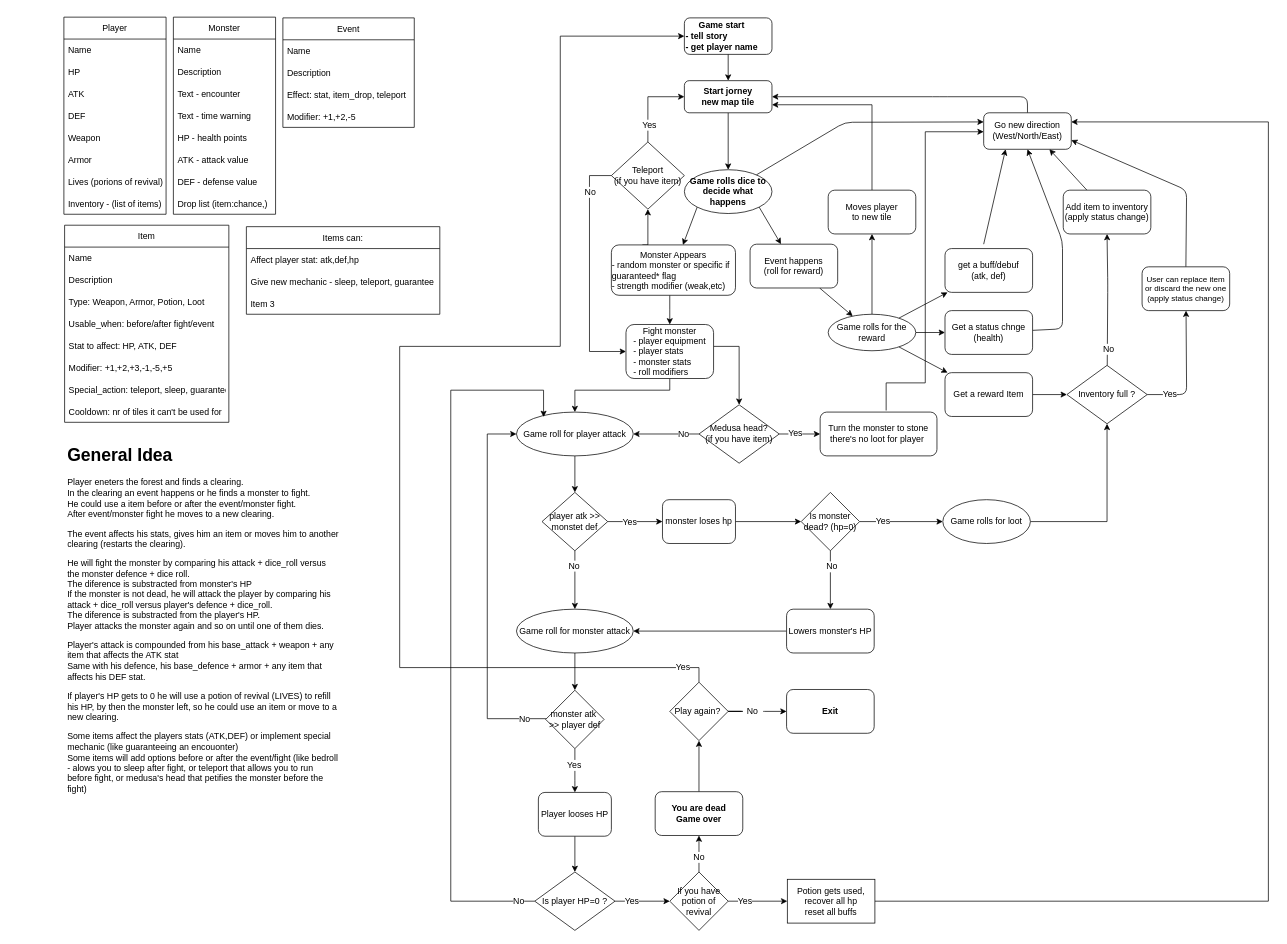
bar-alex/CodeNation-Game keeps this draw.io diagram as Game-FlowChart.drawio. Above is the earlier version. Source tidied: cells renumbered, new cells numbered last; positions are measured from the earlier drawing's top-left corner, leaving out a move shared by most shapes. Both pictures are drawn from the tidied source at 73%, with x=0, y=0 at pixel (64, 17).
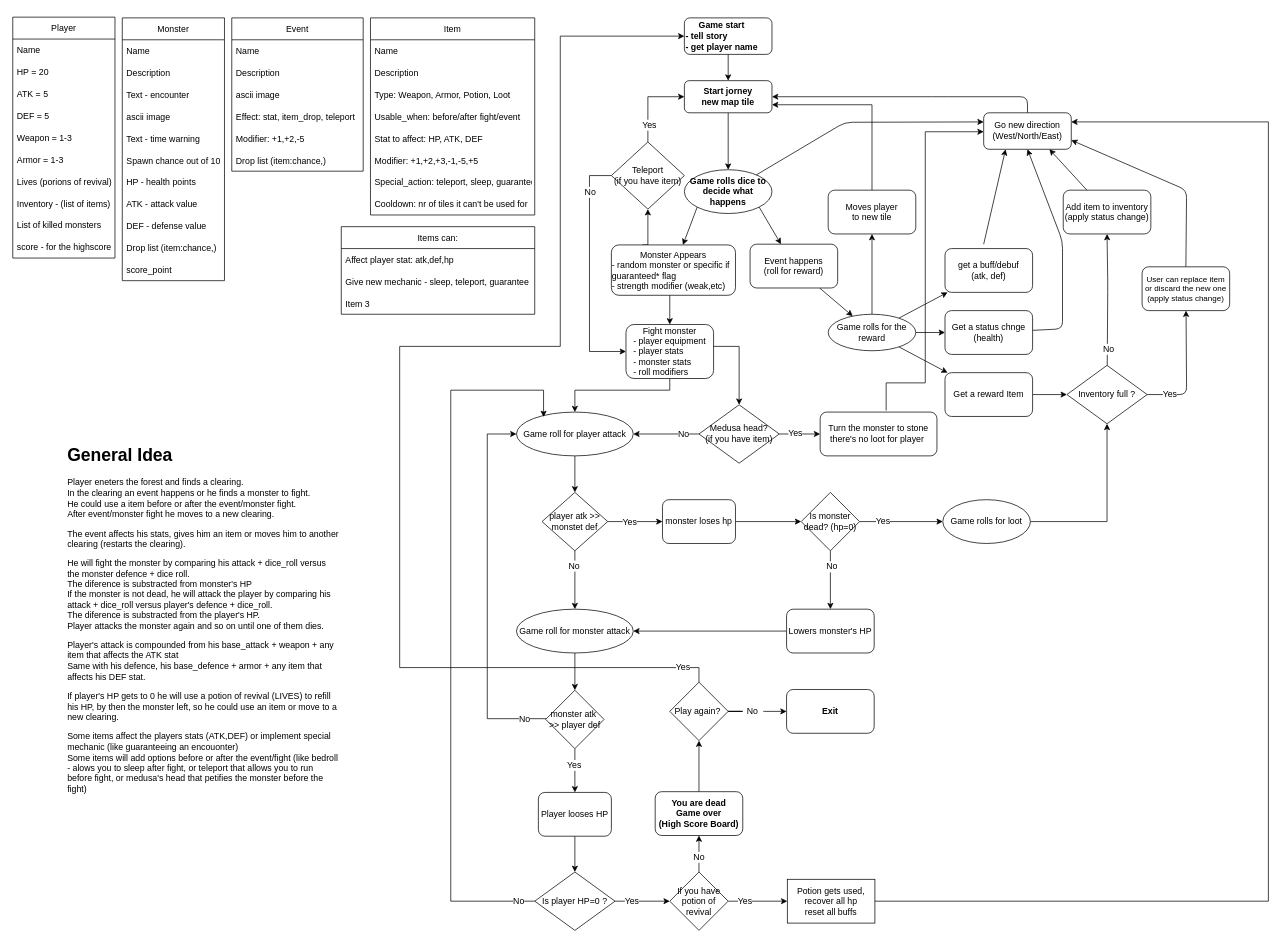
Above is the later version.

The edit, as a diff of the source:
```diff
@@
-    <mxCell id="95" value="You are dead&lt;br&gt;Game over" style="rounded=1;whiteSpace=wrap;html=1;fontSize=12;fontStyle=1;" parent="1" vertex="1">
+    <mxCell id="95" value="You are dead&lt;br&gt;Game over&lt;br&gt;(High Score Board)" style="rounded=1;whiteSpace=wrap;html=1;fontSize=12;fontStyle=1;" parent="1" vertex="1">
       <mxGeometry x="810" y="1061" width="120" height="60" as="geometry" />
     </mxCell>
@@
     <mxCell id="103" value="Monster" style="swimlane;fontStyle=0;horizontal=1;startSize=30;labelBackgroundColor=none;fontSize=12;" parent="1" vertex="1">
-      <mxGeometry x="150" width="140" height="270" as="geometry" />
+      <mxGeometry x="80" y="1" width="140" height="360" as="geometry" />
     </mxCell>
@@
+    <mxCell id="140" value="ascii image" style="text;strokeColor=none;fillColor=none;align=left;verticalAlign=middle;spacingLeft=4;spacingRight=4;overflow=hidden;" parent="103" vertex="1">
+      <mxGeometry y="120" width="140" height="30" as="geometry" />
+    </mxCell>
     <mxCell id="107" value="Text - time warning" style="text;strokeColor=none;fillColor=none;align=left;verticalAlign=middle;spacingLeft=4;spacingRight=4;overflow=hidden;labelBackgroundColor=none;fontSize=12;" parent="103" vertex="1">
-      <mxGeometry y="120" width="140" height="30" as="geometry" />
+      <mxGeometry y="150" width="140" height="30" as="geometry" />
     </mxCell>
+    <mxCell id="141" value="Spawn chance out of 10" style="text;strokeColor=none;fillColor=none;align=left;verticalAlign=middle;spacingLeft=4;spacingRight=4;overflow=hidden;" parent="103" vertex="1">
+      <mxGeometry y="180" width="140" height="30" as="geometry" />
+    </mxCell>
     <mxCell id="108" value="HP - health points" style="text;strokeColor=none;fillColor=none;align=left;verticalAlign=middle;spacingLeft=4;spacingRight=4;overflow=hidden;labelBackgroundColor=none;fontSize=12;" parent="103" vertex="1">
-      <mxGeometry y="150" width="140" height="30" as="geometry" />
+      <mxGeometry y="210" width="140" height="30" as="geometry" />
     </mxCell>
     <mxCell id="109" value="ATK - attack value" style="text;strokeColor=none;fillColor=none;align=left;verticalAlign=middle;spacingLeft=4;spacingRight=4;overflow=hidden;labelBackgroundColor=none;fontSize=12;" parent="103" vertex="1">
-      <mxGeometry y="180" width="140" height="30" as="geometry" />
+      <mxGeometry y="240" width="140" height="30" as="geometry" />
     </mxCell>
     <mxCell id="110" value="DEF - defense value" style="text;strokeColor=none;fillColor=none;align=left;verticalAlign=middle;spacingLeft=4;spacingRight=4;overflow=hidden;labelBackgroundColor=none;fontSize=12;" parent="103" vertex="1">
-      <mxGeometry y="210" width="140" height="30" as="geometry" />
+      <mxGeometry y="270" width="140" height="30" as="geometry" />
     </mxCell>
     <mxCell id="111" value="Drop list (item:chance,)" style="text;strokeColor=none;fillColor=none;align=left;verticalAlign=middle;spacingLeft=4;spacingRight=4;overflow=hidden;labelBackgroundColor=none;fontSize=12;" parent="103" vertex="1">
-      <mxGeometry y="240" width="140" height="30" as="geometry" />
+      <mxGeometry y="300" width="140" height="30" as="geometry" />
     </mxCell>
+    <mxCell id="142" value="score_point" style="text;strokeColor=none;fillColor=none;align=left;verticalAlign=middle;spacingLeft=4;spacingRight=4;overflow=hidden;" parent="103" vertex="1">
+      <mxGeometry y="330" width="140" height="30" as="geometry" />
+    </mxCell>
     <mxCell id="112" value="Player" style="swimlane;fontStyle=0;horizontal=1;startSize=30;labelBackgroundColor=none;fontSize=12;" parent="1" vertex="1">
-      <mxGeometry width="140" height="270" as="geometry" />
+      <mxGeometry x="-70" width="140" height="330" as="geometry" />
     </mxCell>
@@
-    <mxCell id="114" value="HP" style="text;strokeColor=none;fillColor=none;align=left;verticalAlign=middle;spacingLeft=4;spacingRight=4;overflow=hidden;labelBackgroundColor=none;fontSize=12;" parent="112" vertex="1">
+    <mxCell id="114" value="HP = 20" style="text;strokeColor=none;fillColor=none;align=left;verticalAlign=middle;spacingLeft=4;spacingRight=4;overflow=hidden;labelBackgroundColor=none;fontSize=12;" parent="112" vertex="1">
       <mxGeometry y="60" width="140" height="30" as="geometry" />
     </mxCell>
-    <mxCell id="115" value="ATK" style="text;strokeColor=none;fillColor=none;align=left;verticalAlign=middle;spacingLeft=4;spacingRight=4;overflow=hidden;labelBackgroundColor=none;fontSize=12;" parent="112" vertex="1">
+    <mxCell id="115" value="ATK = 5" style="text;strokeColor=none;fillColor=none;align=left;verticalAlign=middle;spacingLeft=4;spacingRight=4;overflow=hidden;labelBackgroundColor=none;fontSize=12;" parent="112" vertex="1">
       <mxGeometry y="90" width="140" height="30" as="geometry" />
     </mxCell>
-    <mxCell id="116" value="DEF" style="text;strokeColor=none;fillColor=none;align=left;verticalAlign=middle;spacingLeft=4;spacingRight=4;overflow=hidden;labelBackgroundColor=none;fontSize=12;" parent="112" vertex="1">
+    <mxCell id="116" value="DEF = 5" style="text;strokeColor=none;fillColor=none;align=left;verticalAlign=middle;spacingLeft=4;spacingRight=4;overflow=hidden;labelBackgroundColor=none;fontSize=12;" parent="112" vertex="1">
       <mxGeometry y="120" width="140" height="30" as="geometry" />
     </mxCell>
-    <mxCell id="117" value="Weapon" style="text;strokeColor=none;fillColor=none;align=left;verticalAlign=middle;spacingLeft=4;spacingRight=4;overflow=hidden;labelBackgroundColor=none;fontSize=12;" parent="112" vertex="1">
+    <mxCell id="117" value="Weapon = 1-3" style="text;strokeColor=none;fillColor=none;align=left;verticalAlign=middle;spacingLeft=4;spacingRight=4;overflow=hidden;labelBackgroundColor=none;fontSize=12;" parent="112" vertex="1">
       <mxGeometry y="150" width="140" height="30" as="geometry" />
     </mxCell>
-    <mxCell id="118" value="Armor" style="text;strokeColor=none;fillColor=none;align=left;verticalAlign=middle;spacingLeft=4;spacingRight=4;overflow=hidden;labelBackgroundColor=none;fontSize=12;" parent="112" vertex="1">
+    <mxCell id="118" value="Armor = 1-3" style="text;strokeColor=none;fillColor=none;align=left;verticalAlign=middle;spacingLeft=4;spacingRight=4;overflow=hidden;labelBackgroundColor=none;fontSize=12;" parent="112" vertex="1">
       <mxGeometry y="180" width="140" height="30" as="geometry" />
     </mxCell>
@@
+    <mxCell id="143" value="List of killed monsters" style="text;strokeColor=none;fillColor=none;align=left;verticalAlign=middle;spacingLeft=4;spacingRight=4;overflow=hidden;" parent="112" vertex="1">
+      <mxGeometry y="270" width="140" height="30" as="geometry" />
+    </mxCell>
+    <mxCell id="144" value="score - for the highscore" style="text;strokeColor=none;fillColor=none;align=left;verticalAlign=middle;spacingLeft=4;spacingRight=4;overflow=hidden;" parent="112" vertex="1">
+      <mxGeometry y="300" width="140" height="30" as="geometry" />
+    </mxCell>
     <mxCell id="121" value="Item" style="swimlane;fontStyle=0;horizontal=1;startSize=30;labelBackgroundColor=none;fontSize=12;" parent="1" vertex="1">
-      <mxGeometry x="1" y="285" width="225" height="270" as="geometry" />
+      <mxGeometry x="420" y="1" width="225" height="270" as="geometry" />
     </mxCell>
@@
     <mxCell id="130" value="Items can:" style="swimlane;fontStyle=0;horizontal=1;startSize=30;labelBackgroundColor=none;fontSize=12;" parent="1" vertex="1">
-      <mxGeometry x="250" y="287" width="265" height="120" as="geometry" />
+      <mxGeometry x="380" y="287" width="265" height="120" as="geometry" />
     </mxCell>
@@
     <mxCell id="134" value="Event" style="swimlane;fontStyle=0;horizontal=1;startSize=30;labelBackgroundColor=none;fontSize=12;" parent="1" vertex="1">
-      <mxGeometry x="300" y="1" width="180" height="150" as="geometry" />
+      <mxGeometry x="230" y="1" width="180" height="210" as="geometry" />
     </mxCell>
@@
+    <mxCell id="145" value="ascii image" style="text;strokeColor=none;fillColor=none;align=left;verticalAlign=middle;spacingLeft=4;spacingRight=4;overflow=hidden;" parent="134" vertex="1">
+      <mxGeometry y="90" width="180" height="30" as="geometry" />
+    </mxCell>
     <mxCell id="137" value="Effect: stat, item_drop, teleport" style="text;strokeColor=none;fillColor=none;align=left;verticalAlign=middle;spacingLeft=4;spacingRight=4;overflow=hidden;labelBackgroundColor=none;fontSize=12;" parent="134" vertex="1">
-      <mxGeometry y="90" width="180" height="30" as="geometry" />
+      <mxGeometry y="120" width="180" height="30" as="geometry" />
     </mxCell>
     <mxCell id="138" value="Modifier: +1,+2,-5" style="text;strokeColor=none;fillColor=none;align=left;verticalAlign=middle;spacingLeft=4;spacingRight=4;overflow=hidden;labelBackgroundColor=none;fontSize=12;" parent="134" vertex="1">
-      <mxGeometry y="120" width="180" height="30" as="geometry" />
+      <mxGeometry y="150" width="180" height="30" as="geometry" />
     </mxCell>
+    <mxCell id="146" value="Drop list (item:chance,)" style="text;strokeColor=none;fillColor=none;align=left;verticalAlign=middle;spacingLeft=4;spacingRight=4;overflow=hidden;" parent="134" vertex="1">
+      <mxGeometry y="180" width="180" height="30" as="geometry" />
+    </mxCell>
```
